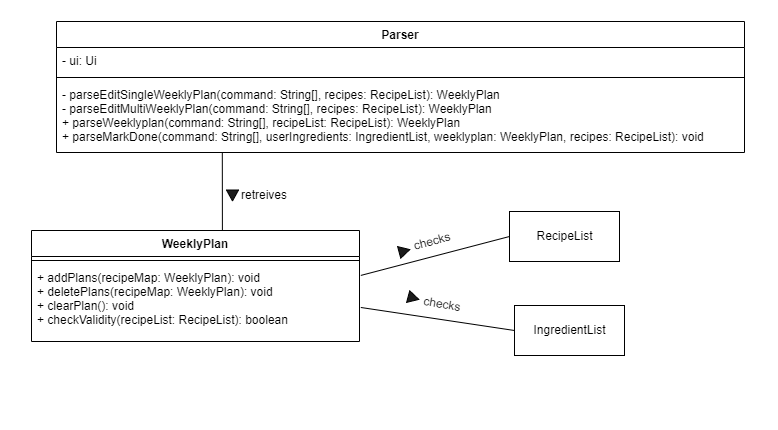
Before: docs/UML/Architecture/WeeklyPlanRelated.png, a diagram exported from draw.io (nus-cs2113-AY2223S2/tp). Source tidied: cells renumbered, new cells last; positions are measured from the earlier drawing's top-left corner, leaving out a move shared by most shapes.
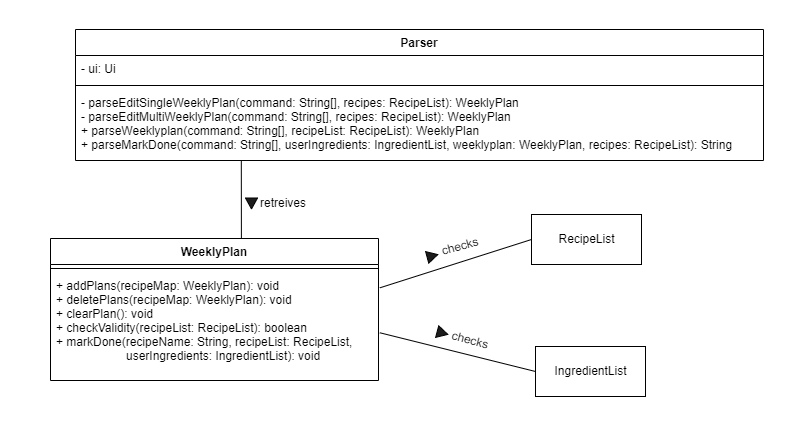
After the change.

Diff of the diagram source:
```diff
@@ -2,9 +2,9 @@
   <root>
     <mxCell id="0" />
     <mxCell id="1" parent="0" />
-    <mxCell id="2" style="rounded=0;whiteSpace=wrap;html=1;strokeColor=none;" parent="1" vertex="1">
-      <mxGeometry width="777" height="429" as="geometry" />
-    </mxCell>
+    <mxCell id="22" style="rounded=0;whiteSpace=wrap;html=1;strokeColor=none;" parent="1" vertex="1">
+      <mxGeometry x="-19" y="-8" width="802" height="439" as="geometry" />
+    </mxCell>
     <mxCell id="3" value="Parser" style="swimlane;fontStyle=1;align=center;verticalAlign=top;horizontal=1;startSize=26;" parent="1" vertex="1">
       <mxGeometry x="56" y="21" width="688" height="131" as="geometry" />
     </mxCell>
@@ -14,44 +14,44 @@
     <mxCell id="5" style="line;strokeWidth=1;fillColor=none;align=left;verticalAlign=middle;spacingTop=-1;spacingLeft=3;spacingRight=3;labelPosition=right;strokeColor=inherit;" parent="3" vertex="1">
       <mxGeometry y="52" width="688" height="8" as="geometry" />
     </mxCell>
-    <mxCell id="6" value="- parseEditSingleWeeklyPlan(command: String[], recipes: RecipeList): WeeklyPlan&#10;- parseEditMultiWeeklyPlan(command: String[], recipes: RecipeList): WeeklyPlan&#10;+ parseWeeklyplan(command: String[], recipeList: RecipeList): WeeklyPlan&#10;+ parseMarkDone(command: String[], userIngredients: IngredientList, weeklyplan: WeeklyPlan, recipes: RecipeList): void" style="text;strokeColor=none;fillColor=none;align=left;verticalAlign=top;spacingLeft=4;spacingRight=4;overflow=hidden;points=[[0,0.5],[1,0.5]];portConstraint=eastwest;" parent="3" vertex="1">
+    <mxCell id="6" value="- parseEditSingleWeeklyPlan(command: String[], recipes: RecipeList): WeeklyPlan&#10;- parseEditMultiWeeklyPlan(command: String[], recipes: RecipeList): WeeklyPlan&#10;+ parseWeeklyplan(command: String[], recipeList: RecipeList): WeeklyPlan&#10;+ parseMarkDone(command: String[], userIngredients: IngredientList, weeklyplan: WeeklyPlan, recipes: RecipeList): String" style="text;strokeColor=none;fillColor=none;align=left;verticalAlign=top;spacingLeft=4;spacingRight=4;overflow=hidden;points=[[0,0.5],[1,0.5]];portConstraint=eastwest;" parent="3" vertex="1">
       <mxGeometry y="60" width="688" height="71" as="geometry" />
     </mxCell>
     <mxCell id="7" style="endArrow=none;html=1;rounded=0;entryX=0.241;entryY=1.008;entryDx=0;entryDy=0;entryPerimeter=0;exitX=0.582;exitY=0.027;exitDx=0;exitDy=0;exitPerimeter=0;" parent="1" edge="1" source="8" target="6">
       <mxGeometry relative="1" as="geometry" />
     </mxCell>
     <mxCell id="8" value="WeeklyPlan" style="swimlane;fontStyle=1;align=center;verticalAlign=top;horizontal=1;startSize=26;" parent="1" vertex="1">
-      <mxGeometry x="31" y="230" width="328" height="111" as="geometry" />
+      <mxGeometry x="31" y="230" width="328" height="142" as="geometry" />
     </mxCell>
     <mxCell id="9" style="line;strokeWidth=1;fillColor=none;align=left;verticalAlign=middle;spacingTop=-1;spacingLeft=3;spacingRight=3;labelPosition=right;strokeColor=inherit;" parent="8" vertex="1">
       <mxGeometry y="26" width="328" height="8" as="geometry" />
     </mxCell>
-    <mxCell id="10" value="+ addPlans(recipeMap: WeeklyPlan): void&#10;+ deletePlans(recipeMap: WeeklyPlan): void&#10;+ clearPlan(): void&#10;+ checkValidity(recipeList: RecipeList): boolean" style="text;strokeColor=none;fillColor=none;align=left;verticalAlign=top;spacingLeft=4;spacingRight=4;overflow=hidden;points=[[0,0.5],[1,0.5]];portConstraint=eastwest;" parent="8" vertex="1">
-      <mxGeometry y="34" width="328" height="77" as="geometry" />
+    <mxCell id="10" value="+ addPlans(recipeMap: WeeklyPlan): void&#10;+ deletePlans(recipeMap: WeeklyPlan): void&#10;+ clearPlan(): void&#10;+ checkValidity(recipeList: RecipeList): boolean&#10;+ markDone(recipeName: String, recipeList: RecipeList,&#10;                     userIngredients: IngredientList): void" style="text;strokeColor=none;fillColor=none;align=left;verticalAlign=top;spacingLeft=4;spacingRight=4;overflow=hidden;points=[[0,0.5],[1,0.5]];portConstraint=eastwest;" parent="8" vertex="1">
+      <mxGeometry y="34" width="328" height="108" as="geometry" />
     </mxCell>
     <mxCell id="11" style="rounded=0;jettySize=auto;html=1;exitX=0;exitY=0.5;exitDx=0;exitDy=0;entryX=1.004;entryY=0.142;entryDx=0;entryDy=0;entryPerimeter=0;endArrow=none;endFill=0;" parent="1" edge="1" source="12" target="10">
       <mxGeometry relative="1" as="geometry" />
     </mxCell>
     <mxCell id="12" value="RecipeList" style="html=1;" parent="1" vertex="1">
-      <mxGeometry x="509" y="211" width="110" height="50" as="geometry" />
+      <mxGeometry x="512" y="206" width="110" height="50" as="geometry" />
     </mxCell>
     <mxCell id="13" style="rounded=0;jettySize=auto;html=1;exitX=0;exitY=0.5;exitDx=0;exitDy=0;entryX=1.004;entryY=0.558;entryDx=0;entryDy=0;entryPerimeter=0;endArrow=none;endFill=0;" parent="1" edge="1" source="14" target="10">
       <mxGeometry relative="1" as="geometry" />
     </mxCell>
     <mxCell id="14" value="IngredientList" style="html=1;" parent="1" vertex="1">
-      <mxGeometry x="514" y="305" width="110" height="50" as="geometry" />
+      <mxGeometry x="516" y="338" width="110" height="50" as="geometry" />
     </mxCell>
     <mxCell id="15" value="checks" style="text;html=1;strokeColor=none;fillColor=none;align=center;verticalAlign=middle;whiteSpace=wrap;rounded=0;rotation=-15;" parent="1" vertex="1">
-      <mxGeometry x="402" y="226" width="60" height="30" as="geometry" />
+      <mxGeometry x="411" y="223" width="60" height="30" as="geometry" />
     </mxCell>
     <mxCell id="16" style="verticalLabelPosition=bottom;verticalAlign=top;html=1;shape=mxgraph.basic.acute_triangle;dx=0.5;fillColor=#1c1c1c;rotation=75;" parent="1" vertex="1">
-      <mxGeometry x="398" y="245" width="12" height="11" as="geometry" />
+      <mxGeometry x="407" y="242" width="12" height="11" as="geometry" />
     </mxCell>
-    <mxCell id="17" value="checks" style="text;html=1;strokeColor=none;fillColor=none;align=center;verticalAlign=middle;whiteSpace=wrap;rounded=0;rotation=10;" parent="1" vertex="1">
-      <mxGeometry x="412" y="289" width="60" height="30" as="geometry" />
+    <mxCell id="17" value="checks" style="text;html=1;strokeColor=none;fillColor=none;align=center;verticalAlign=middle;whiteSpace=wrap;rounded=0;rotation=15;" parent="1" vertex="1">
+      <mxGeometry x="421" y="317" width="60" height="30" as="geometry" />
     </mxCell>
     <mxCell id="18" style="verticalLabelPosition=bottom;verticalAlign=top;html=1;shape=mxgraph.basic.acute_triangle;dx=0.5;fillColor=#1c1c1c;rotation=105;" parent="1" vertex="1">
-      <mxGeometry x="407" y="292" width="12" height="11" as="geometry" />
+      <mxGeometry x="417" y="319" width="12" height="11" as="geometry" />
     </mxCell>
     <mxCell id="19" style="group;" parent="1" vertex="1">
       <mxGeometry x="226" y="180" width="68" height="30" as="geometry" />
```
